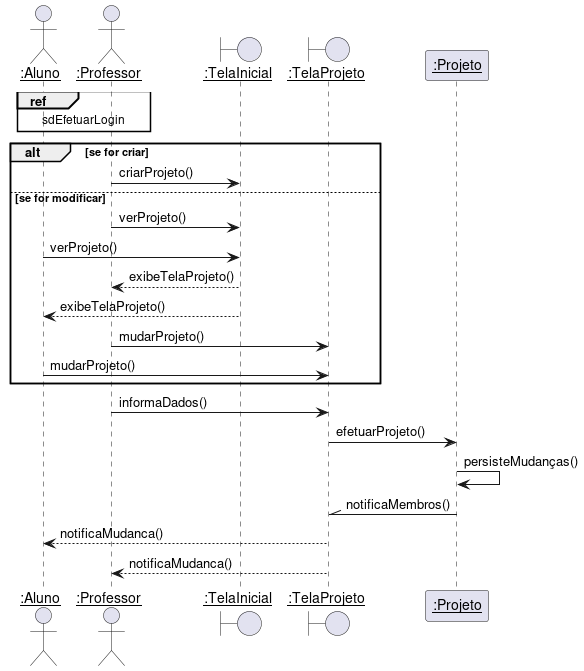
Pedro-V/projetorium keeps this PlantUML diagram as diagramas/sequencia/manter_projeto.png. Above is the earlier version. Its diagram source:
```plantuml
@startuml
skinparam sequenceParticipant underline

actor ":Aluno" as Aluno
actor ":Professor" as Professor
boundary ":TelaInicial" as TelaInicial
boundary ":TelaProjeto" as TelaProjeto
participant ":Projeto" as Projeto

ref over Aluno, Professor : sdEfetuarLogin

alt se for criar
    Professor -> TelaInicial : criarProjeto()
else se for modificar
    Professor -> TelaInicial : verProjeto()
    Aluno -> TelaInicial : verProjeto()
    TelaInicial --> Professor : exibeTelaProjeto()
    TelaInicial --> Aluno : exibeTelaProjeto()
    Professor -> TelaProjeto : mudarProjeto()
    Aluno -> TelaProjeto : mudarProjeto()
end
Professor -> TelaProjeto : informaDados()
TelaProjeto -> Projeto : efetuarProjeto()
Projeto -> Projeto : persisteMudanças()
Projeto -\\ TelaProjeto : notificaMembros()
TelaProjeto --> Aluno : notificaMudanca()
TelaProjeto --> Professor : notificaMudanca()
@enduml
```
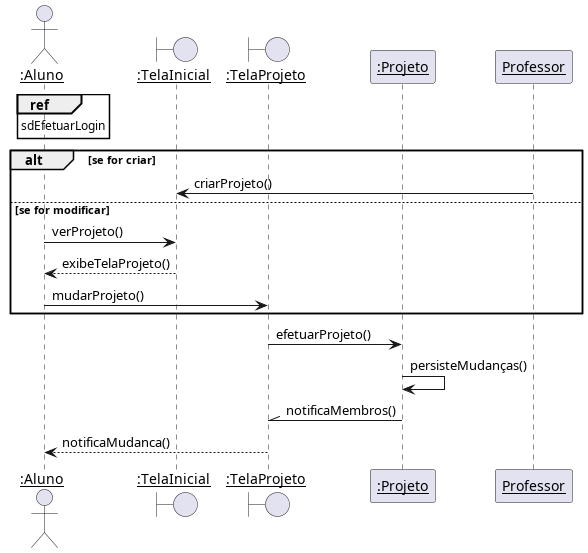
The same file after the commit.

The edit, as a diff of the source:
```diff
@@ -2,27 +2,22 @@
 skinparam sequenceParticipant underline
 
 actor ":Aluno" as Aluno
-actor ":Professor" as Professor
 boundary ":TelaInicial" as TelaInicial
 boundary ":TelaProjeto" as TelaProjeto
 participant ":Projeto" as Projeto
 
-ref over Aluno, Professor : sdEfetuarLogin
+ref over Aluno : sdEfetuarLogin
 
 alt se for criar
     Professor -> TelaInicial : criarProjeto()
 else se for modificar
-    Professor -> TelaInicial : verProjeto()
     Aluno -> TelaInicial : verProjeto()
-    TelaInicial --> Professor : exibeTelaProjeto()
     TelaInicial --> Aluno : exibeTelaProjeto()
-    Professor -> TelaProjeto : mudarProjeto()
     Aluno -> TelaProjeto : mudarProjeto()
 end
-Professor -> TelaProjeto : informaDados()
+
 TelaProjeto -> Projeto : efetuarProjeto()
 Projeto -> Projeto : persisteMudanças()
 Projeto -\\ TelaProjeto : notificaMembros()
 TelaProjeto --> Aluno : notificaMudanca()
-TelaProjeto --> Professor : notificaMudanca()
 @enduml
```
